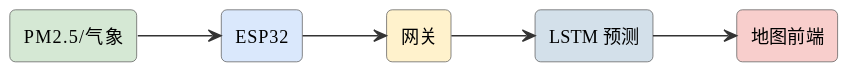
mingyi0818/IntelligentMcuCourse keeps this PlantUML diagram as assets/diagrams/ideas-fig36.svg. Above is the earlier version.
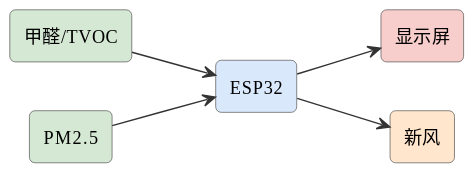
Above is the later version.

The edit, as a diff of the source:
```diff
@@ -6,13 +6,13 @@
 skinparam arrowFontSize 11
 skinparam arrowColor #333
 left to right direction
-rectangle "PM2.5/气象" as s #d5e8d4
+rectangle "甲醛/TVOC" as gas #d5e8d4
+rectangle "PM2.5" as pm #d5e8d4
 rectangle "ESP32" as esp #dae8fc
-rectangle "网关" as gw #fff2cc
-rectangle "LSTM 预测" as ai #d3e0ea
-rectangle "地图前端" as map #f8cecc
-s --> esp
-esp --> gw
-gw --> ai
-ai --> map
+rectangle "显示屏" as scr #f8cecc
+rectangle "新风" as air #ffe6cc
+gas --> esp
+pm --> esp
+esp --> scr
+esp --> air
 @enduml
```
